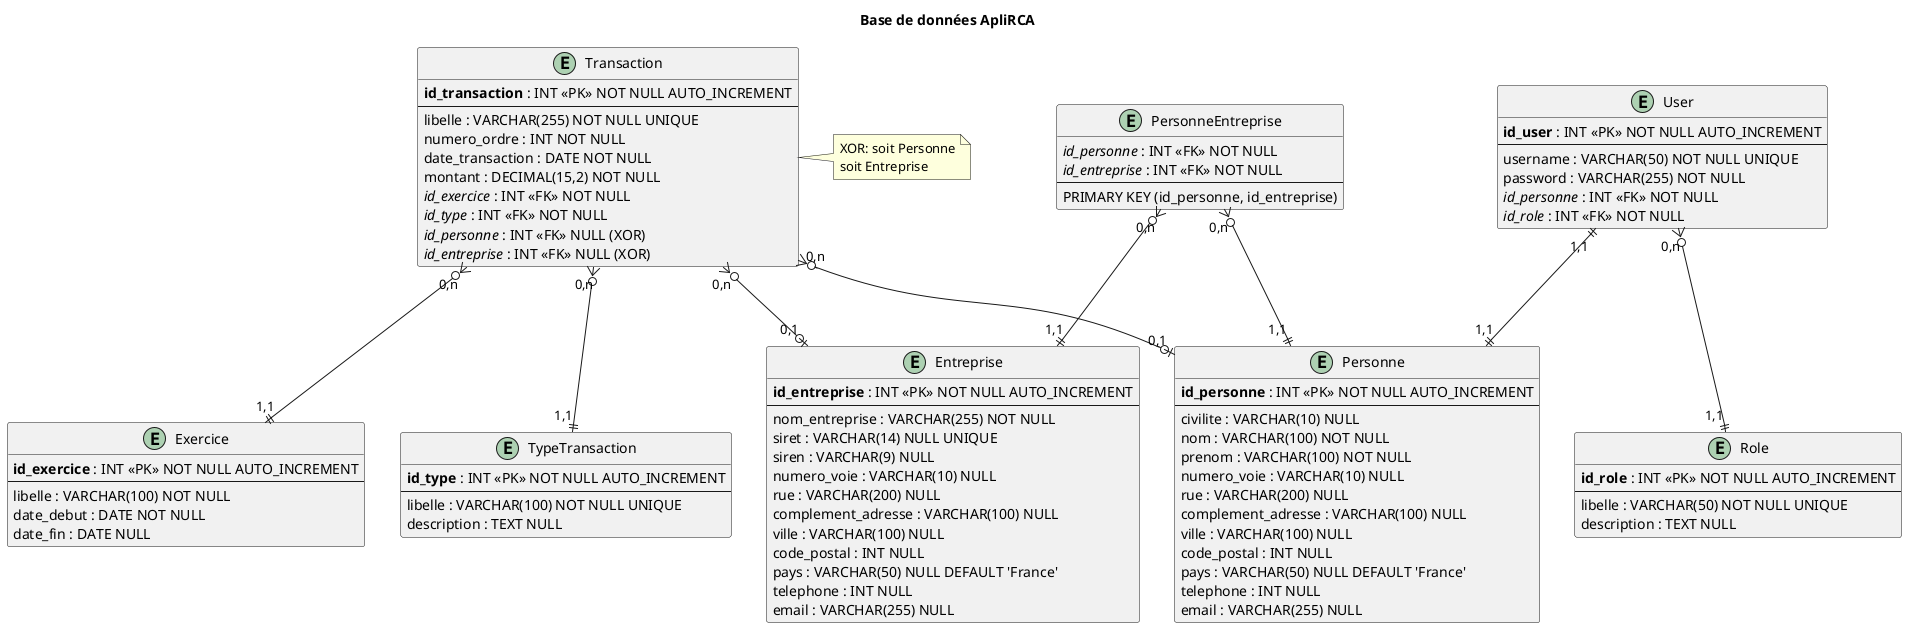
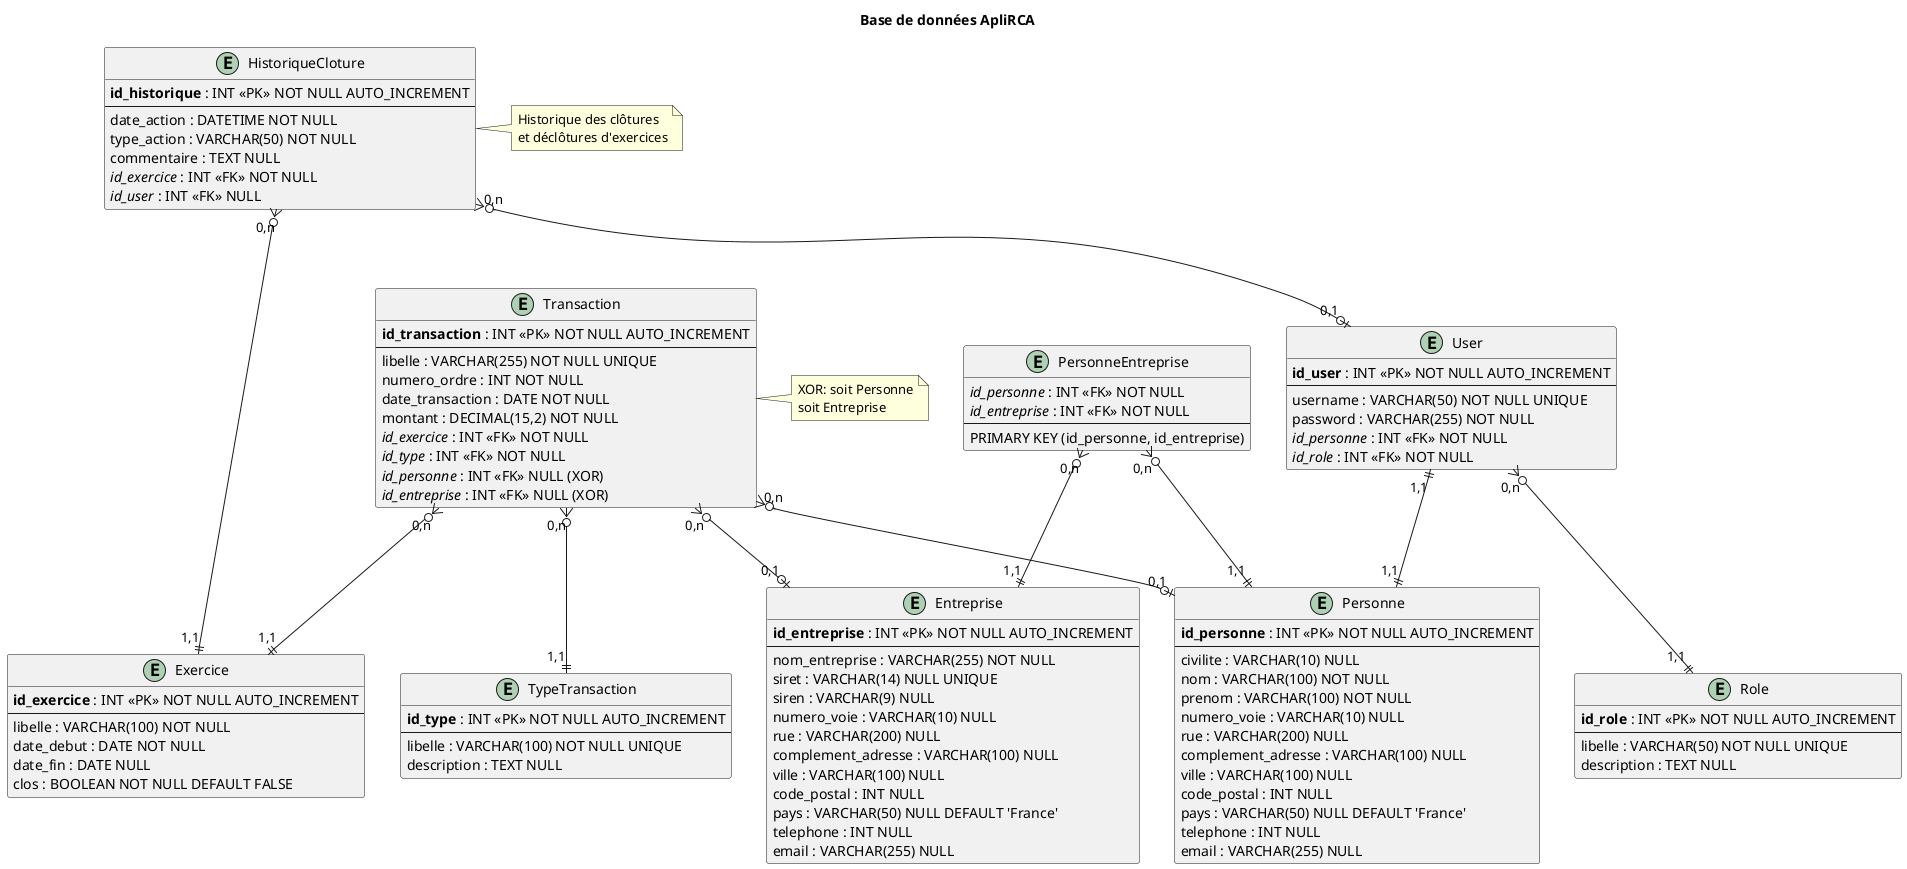
@startuml ApliRCA_Database_Diagram

title Base de données ApliRCA

' Tables de référence
entity "Role" as Role {
  **id_role** : INT <<PK>> NOT NULL AUTO_INCREMENT
  --
  libelle : VARCHAR(50) NOT NULL UNIQUE
  description : TEXT NULL
}

entity "TypeTransaction" as TypeTransaction {
  **id_type** : INT <<PK>> NOT NULL AUTO_INCREMENT
  --
  libelle : VARCHAR(100) NOT NULL UNIQUE
  description : TEXT NULL
}

entity "Exercice" as Exercice {
  **id_exercice** : INT <<PK>> NOT NULL AUTO_INCREMENT
  --
  libelle : VARCHAR(100) NOT NULL
  date_debut : DATE NOT NULL
  date_fin : DATE NULL
+   clos : BOOLEAN NOT NULL DEFAULT FALSE
}

' Tables principales
entity "Personne" as Personne {
  **id_personne** : INT <<PK>> NOT NULL AUTO_INCREMENT
  --
  civilite : VARCHAR(10) NULL
  nom : VARCHAR(100) NOT NULL
  prenom : VARCHAR(100) NOT NULL
  numero_voie : VARCHAR(10) NULL
  rue : VARCHAR(200) NULL
  complement_adresse : VARCHAR(100) NULL
  ville : VARCHAR(100) NULL
  code_postal : INT NULL
  pays : VARCHAR(50) NULL DEFAULT 'France'
  telephone : INT NULL
  email : VARCHAR(255) NULL
}

entity "Entreprise" as Entreprise {
  **id_entreprise** : INT <<PK>> NOT NULL AUTO_INCREMENT
  --
  nom_entreprise : VARCHAR(255) NOT NULL
  siret : VARCHAR(14) NULL UNIQUE
  siren : VARCHAR(9) NULL
  numero_voie : VARCHAR(10) NULL
  rue : VARCHAR(200) NULL
  complement_adresse : VARCHAR(100) NULL
  ville : VARCHAR(100) NULL
  code_postal : INT NULL
  pays : VARCHAR(50) NULL DEFAULT 'France'
  telephone : INT NULL
  email : VARCHAR(255) NULL
}

entity "User" as User {
  **id_user** : INT <<PK>> NOT NULL AUTO_INCREMENT
  --
  username : VARCHAR(50) NOT NULL UNIQUE
  password : VARCHAR(255) NOT NULL
  //id_personne// : INT <<FK>> NOT NULL
  //id_role// : INT <<FK>> NOT NULL
}

entity "PersonneEntreprise" as PersonneEntreprise {
  //id_personne// : INT <<FK>> NOT NULL
  //id_entreprise// : INT <<FK>> NOT NULL
  --
  PRIMARY KEY (id_personne, id_entreprise)
}

entity "Transaction" as Transaction {
  **id_transaction** : INT <<PK>> NOT NULL AUTO_INCREMENT
  --
  libelle : VARCHAR(255) NOT NULL UNIQUE
  numero_ordre : INT NOT NULL
  date_transaction : DATE NOT NULL
  montant : DECIMAL(15,2) NOT NULL
  //id_exercice// : INT <<FK>> NOT NULL
  //id_type// : INT <<FK>> NOT NULL
  //id_personne// : INT <<FK>> NULL (XOR)
  //id_entreprise// : INT <<FK>> NULL (XOR)
}

+ entity "HistoriqueCloture" as HistoriqueCloture {
+   **id_historique** : INT <<PK>> NOT NULL AUTO_INCREMENT
+   --
+   date_action : DATETIME NOT NULL
+   type_action : VARCHAR(50) NOT NULL
+   commentaire : TEXT NULL
+   //id_exercice// : INT <<FK>> NOT NULL
+   //id_user// : INT <<FK>> NULL
+ }
+ 
' Relations
User ||--|| Personne : "1,1" "1,1"
User }o--|| Role : "0,n" "1,1"

PersonneEntreprise }o--|| Personne : "0,n" "1,1"
PersonneEntreprise }o--|| Entreprise : "0,n" "1,1"

Transaction }o--|| Exercice : "0,n" "1,1"
Transaction }o--|| TypeTransaction : "0,n" "1,1"
Transaction }o--o| Personne : "0,n" "0,1"
Transaction }o--o| Entreprise : "0,n" "0,1"

+ HistoriqueCloture }o--|| Exercice : "0,n" "1,1"
+ HistoriqueCloture }o--o| User : "0,n" "0,1"
+ 
note right of Transaction : XOR: soit Personne\nsoit Entreprise
+ note right of HistoriqueCloture : Historique des clôtures\net déclôtures d'exercices

@enduml